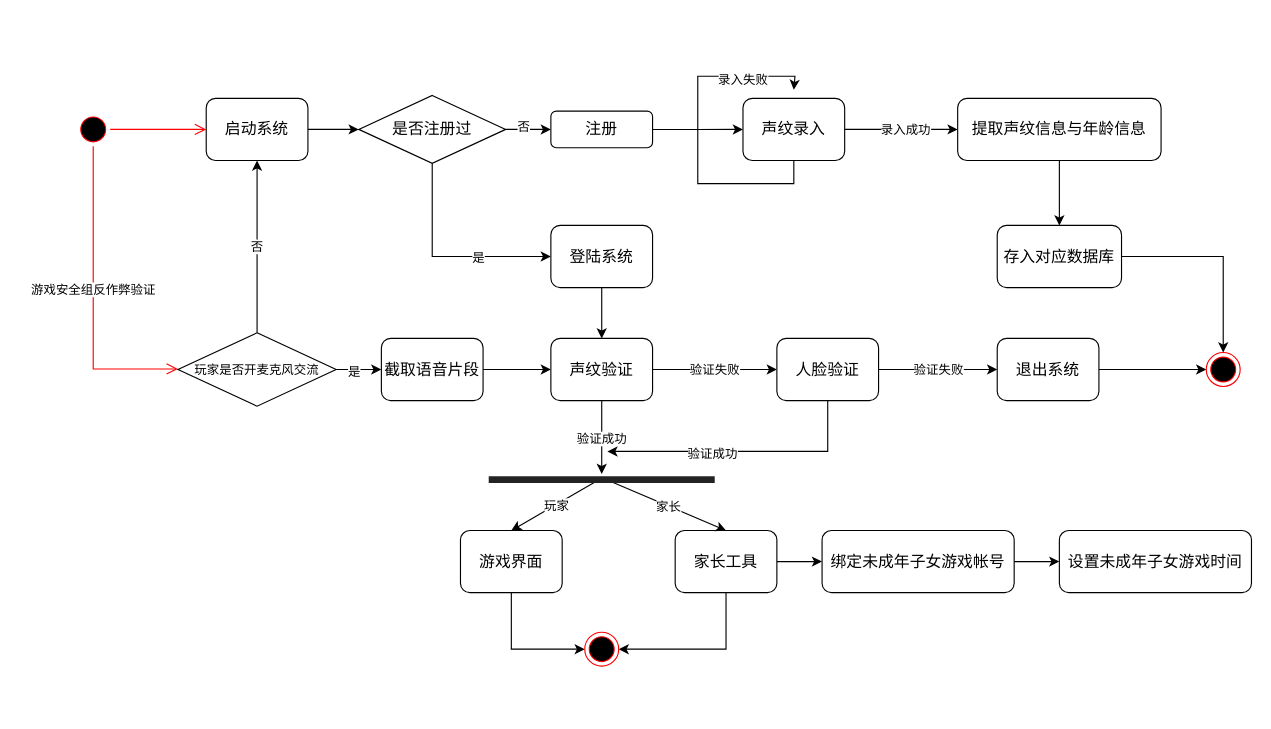
Before: 功能模块活动关系图.drawio in Chuhan1112/Chuhan1112.github.io, a draw.io diagram. Source tidied: cells renumbered, new cells numbered last; positions are measured from the earlier drawing's top-left corner, leaving out a move shared by most shapes. Both pictures are drawn from the tidied source at 113%, with x=0, y=0 at pixel (76, 76).
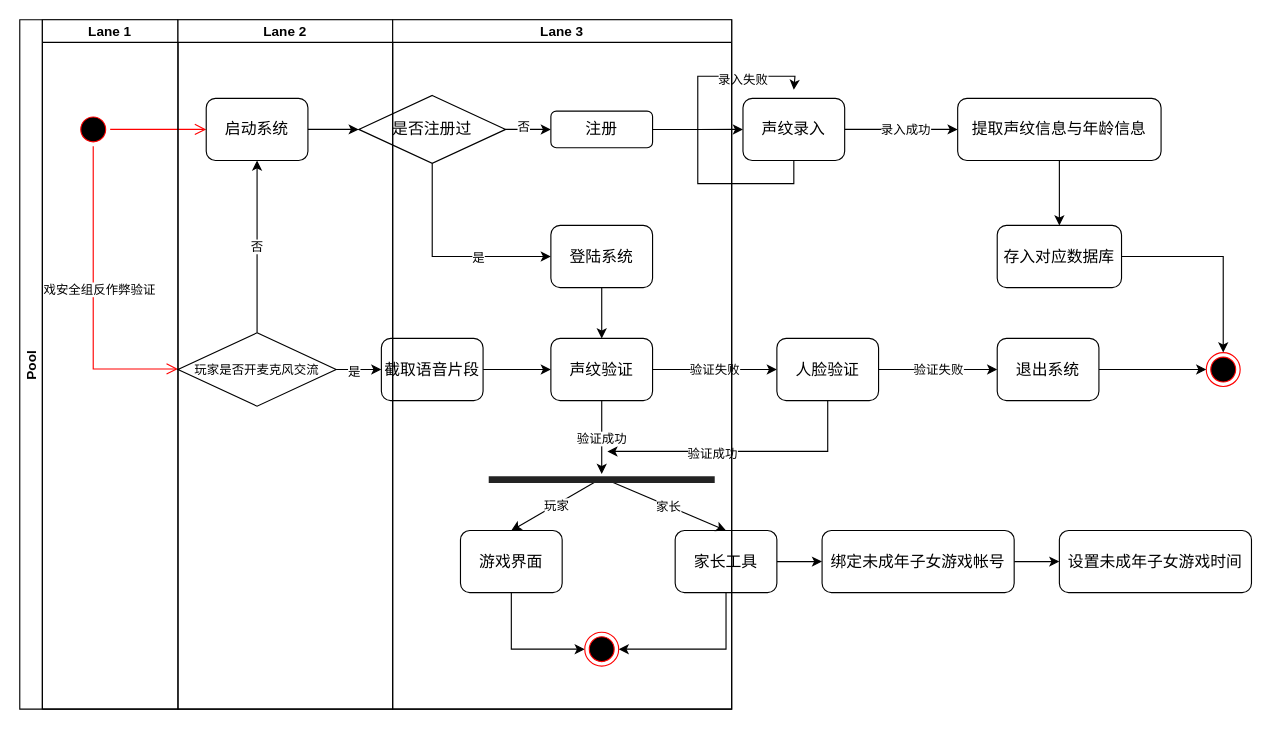
After the change.

Commit message:
更新功能模块活动关系图.drawio

The edit, as a diff of the source:
```diff
@@
+    <mxCell id="57" value="Pool" style="swimlane;startSize=20;horizontal=0;" parent="1" vertex="1">
+      <mxGeometry x="-50" y="-50" width="630" height="610" as="geometry" />
+    </mxCell>
+    <mxCell id="58" value="Lane 1" style="swimlane;startSize=20;" parent="57" vertex="1">
+      <mxGeometry x="20" width="120" height="610" as="geometry" />
+    </mxCell>
+    <mxCell id="59" value="Lane 2" style="swimlane;startSize=20;" parent="57" vertex="1">
+      <mxGeometry x="140" width="190" height="610" as="geometry" />
+    </mxCell>
+    <mxCell id="60" value="Lane 3" style="swimlane;startSize=20;" parent="57" vertex="1">
+      <mxGeometry x="330" width="300" height="610" as="geometry" />
+    </mxCell>
```
